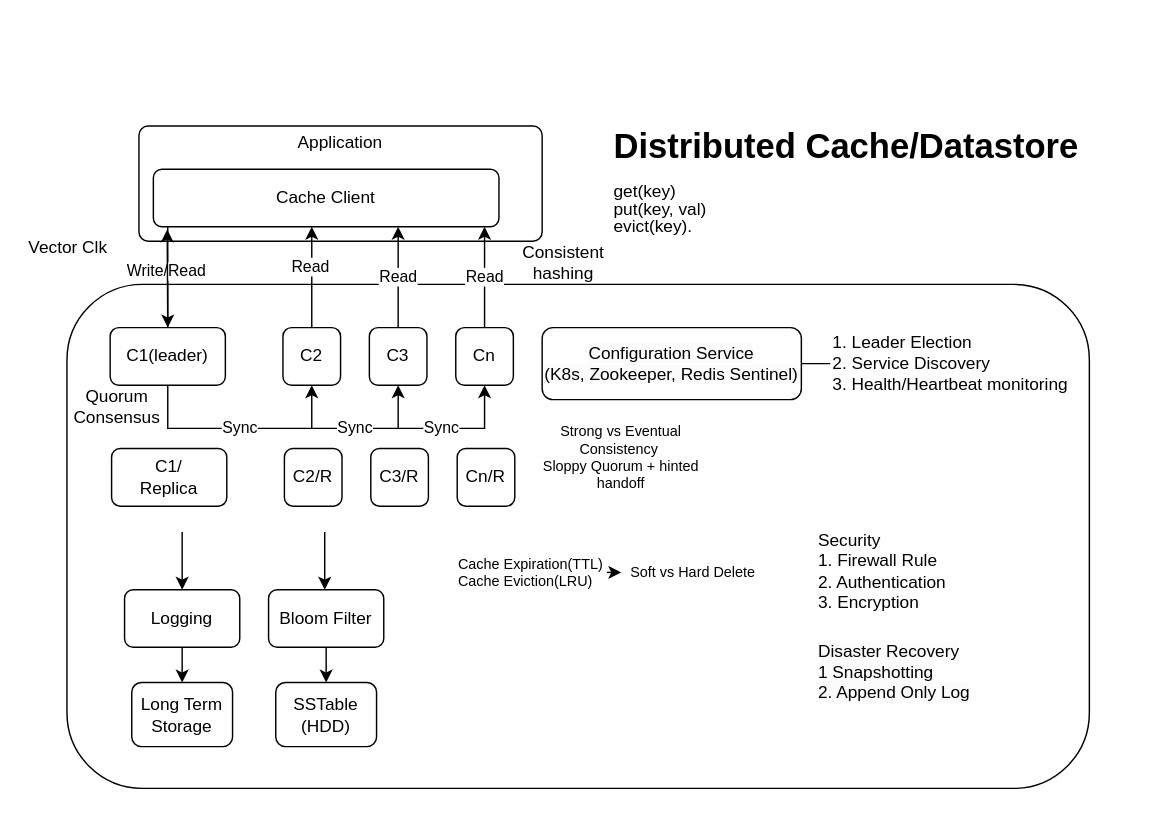
Earlier version of the draw.io diagram 3_Cache.drawio (xwq172677170/SysdDiagram). Source tidied: cells renumbered, new cells numbered last; positions are measured from the earlier drawing's top-left corner, leaving out a move shared by most shapes. Both pictures are drawn from the tidied source at 144%, with x=0, y=0 at pixel (24, 118).
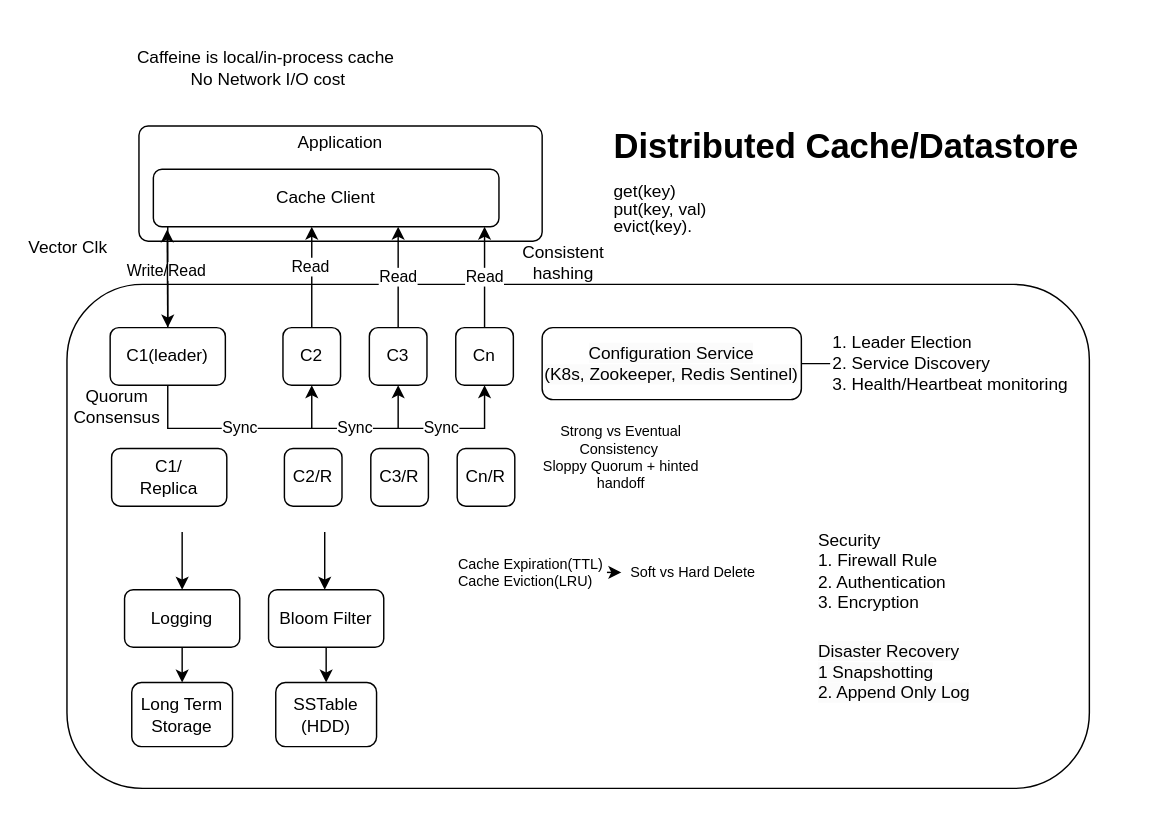
After the change.

The edit, as a diff of the source:
```diff
@@
+    <mxCell id="43" value="Caffeine is local/in-process cache&amp;nbsp;&lt;br&gt;No Network I/O cost" style="text;html=1;strokeColor=none;fillColor=none;align=center;verticalAlign=middle;whiteSpace=wrap;rounded=0;" parent="1" vertex="1">
+      <mxGeometry x="69" y="-65" width="200" height="60" as="geometry" />
+    </mxCell>
```
